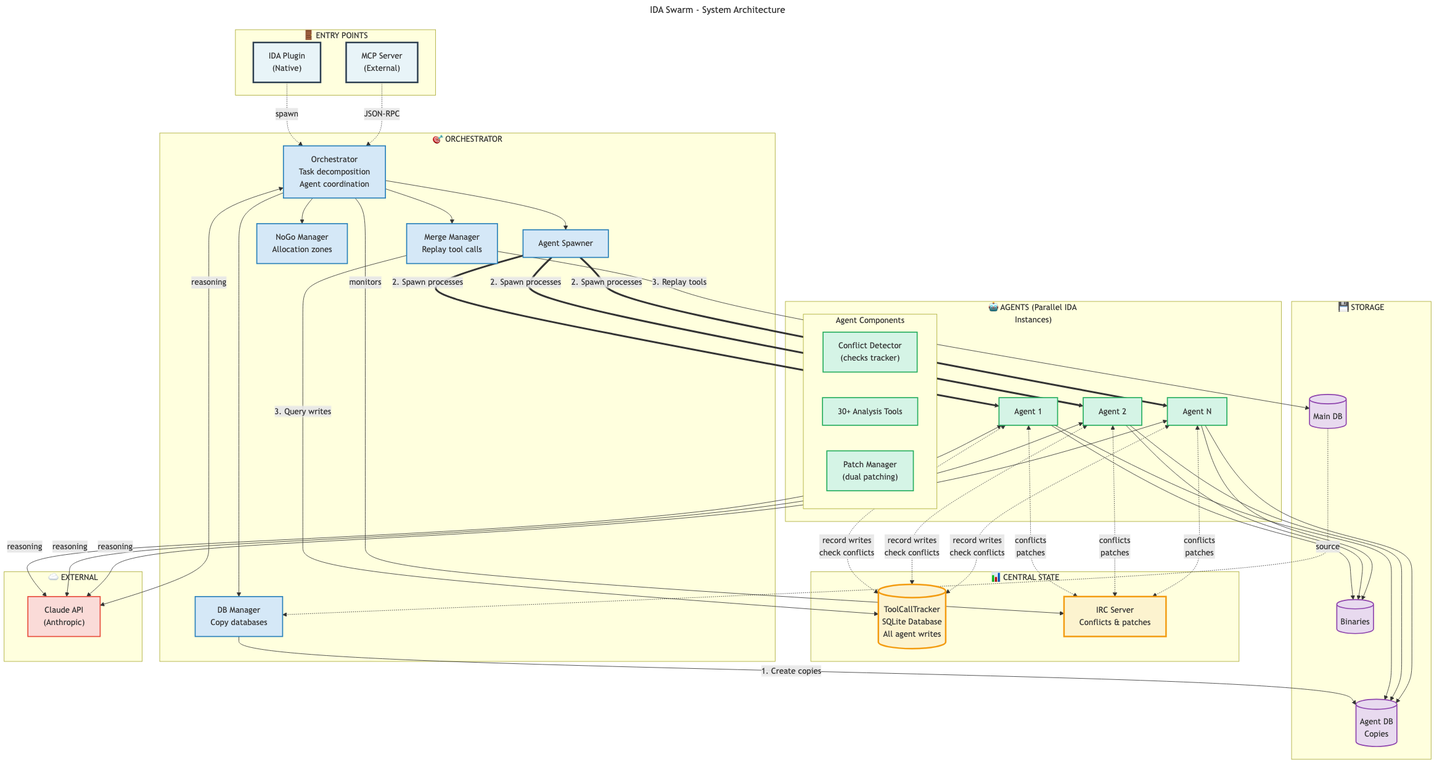
Before: docs/generated/architecture-main.png, a diagram exported from Mermaid (shells-above/ida-swarm). Its source is kept beside it as docs/architecture-main.mmd. Its diagram source:
```mermaid
---
title: IDA Swarm - System Architecture
---
graph TB
    subgraph entry["🚪 ENTRY POINTS"]
        plugin["IDA Plugin<br/>(Native)"]
        mcp["MCP Server<br/>(External)"]
    end

    subgraph orchestrator["🎯 ORCHESTRATOR"]
        orch["Orchestrator<br/>Task decomposition<br/>Agent coordination"]
        spawn["Agent Spawner"]
        dbmgr["DB Manager<br/>Copy databases"]
        merge["Merge Manager<br/>Replay tool calls"]
        nogo["NoGo Manager<br/>Allocation zones"]
    end

    subgraph central["📊 CENTRAL STATE"]
        tracker[("ToolCallTracker<br/>SQLite Database<br/>All agent writes")]
        irc["IRC Server<br/>Conflicts & patches"]
    end

    subgraph agents["🤖 AGENTS (Parallel IDA Instances)"]
        direction TB
        agent1["Agent 1"]
        agent2["Agent 2"]
        agentN["Agent N"]

        subgraph agent_internals["Agent Components"]
            conflict["Conflict Detector<br/>(checks tracker)"]
            tools["30+ Analysis Tools"]
            patch["Patch Manager<br/>(dual patching)"]
        end
    end

    subgraph storage["💾 STORAGE"]
        maindb[("Main DB")]
        agentdbs[("Agent DB<br/>Copies")]
        binaries[("Binaries")]
    end

    subgraph external["☁️ EXTERNAL"]
        claude["Claude API<br/>(Anthropic)"]
    end

    plugin -.->|"spawn"| orch
    mcp -.->|"JSON-RPC"| orch

    orch --> spawn
    orch --> dbmgr
    orch --> merge
    orch --> nogo

    dbmgr -->|"1. Create copies"| agentdbs
    maindb -.->|"source"| dbmgr

    spawn ==>|"2. Spawn processes"| agent1
    spawn ==>|"2. Spawn processes"| agent2
    spawn ==>|"2. Spawn processes"| agentN

    agent1 --> agentdbs
    agent2 --> agentdbs
    agentN --> agentdbs
    agent1 --> binaries
    agent2 --> binaries
    agentN --> binaries

    agent1 <-.->|"record writes<br/>check conflicts"| tracker
    agent2 <-.->|"record writes<br/>check conflicts"| tracker
    agentN <-.->|"record writes<br/>check conflicts"| tracker

    orch -->|"monitors"| irc
    agent1 <-.->|"conflicts<br/>patches"| irc
    agent2 <-.->|"conflicts<br/>patches"| irc
    agentN <-.->|"conflicts<br/>patches"| irc

    merge -->|"3. Query writes"| tracker
    merge -->|"3. Replay tools"| maindb

    orch <-->|"reasoning"| claude
    agent1 <-->|"reasoning"| claude
    agent2 <-->|"reasoning"| claude
    agentN <-->|"reasoning"| claude

    classDef entryStyle fill:#E8F4F8,stroke:#2C3E50,stroke-width:3px
    classDef orchStyle fill:#D5E8F7,stroke:#2980B9,stroke-width:2px
    classDef centralStyle fill:#FCF3CF,stroke:#F39C12,stroke-width:3px
    classDef agentStyle fill:#D5F4E6,stroke:#27AE60,stroke-width:2px
    classDef storageStyle fill:#E8DAEF,stroke:#8E44AD,stroke-width:2px
    classDef externalStyle fill:#FADBD8,stroke:#E74C3C,stroke-width:2px

    class plugin,mcp entryStyle
    class orch,spawn,dbmgr,merge,nogo orchStyle
    class tracker,irc centralStyle
    class agent1,agent2,agentN,conflict,tools,patch agentStyle
    class maindb,agentdbs,binaries storageStyle
    class claude externalStyle
```
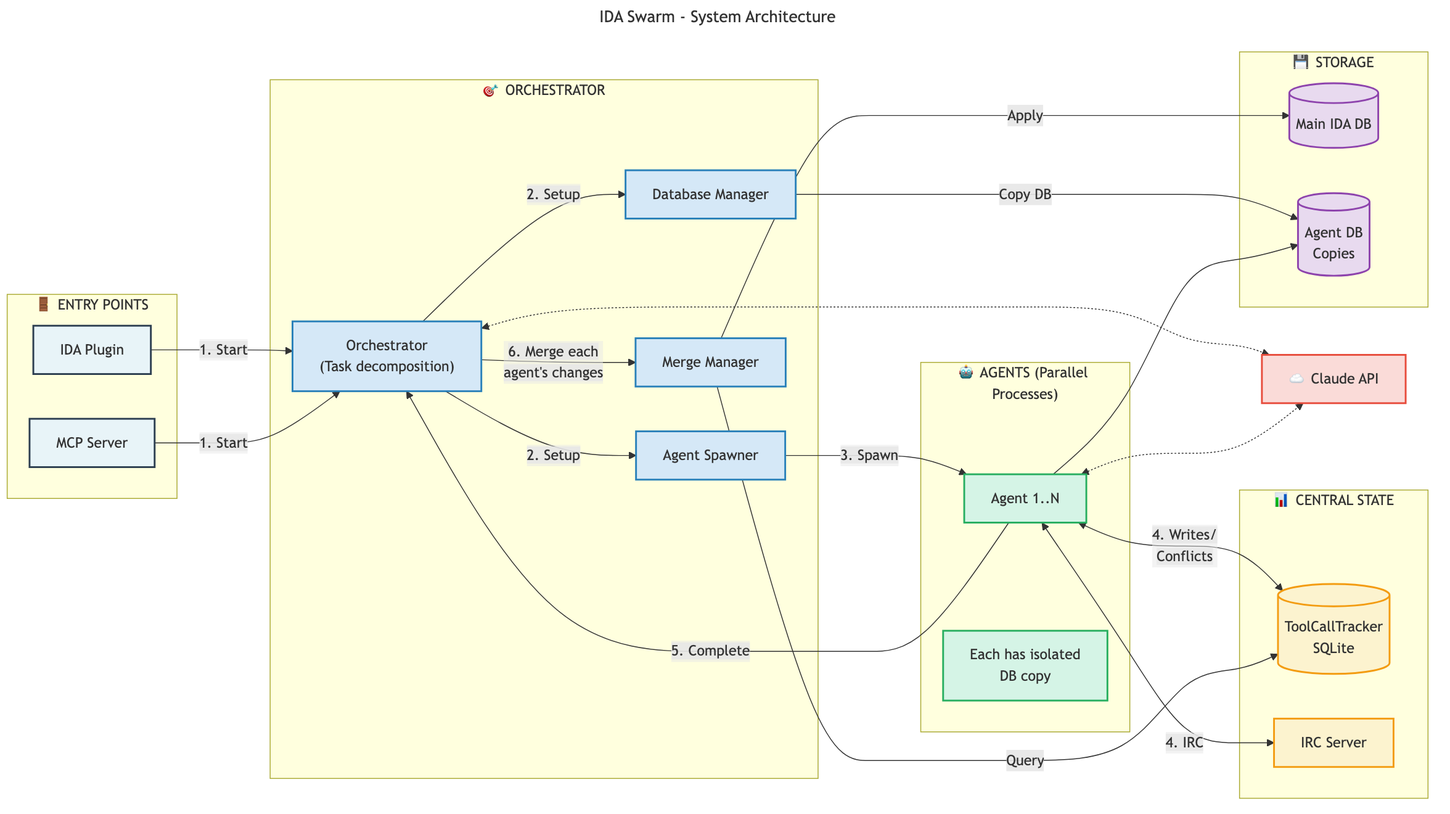
After the change.

Diff of the diagram source:
```diff
@@ -1,97 +1,71 @@
 ---
 title: IDA Swarm - System Architecture
 ---
-graph TB
+graph LR
     subgraph entry["🚪 ENTRY POINTS"]
-        plugin["IDA Plugin<br/>(Native)"]
-        mcp["MCP Server<br/>(External)"]
+        plugin["IDA Plugin"]
+        mcp["MCP Server"]
     end
 
-    subgraph orchestrator["🎯 ORCHESTRATOR"]
-        orch["Orchestrator<br/>Task decomposition<br/>Agent coordination"]
-        spawn["Agent Spawner"]
-        dbmgr["DB Manager<br/>Copy databases"]
-        merge["Merge Manager<br/>Replay tool calls"]
-        nogo["NoGo Manager<br/>Allocation zones"]
+    subgraph orch["🎯 ORCHESTRATOR"]
+        direction TB
+        orchestrator["Orchestrator<br/>(Task decomposition)"]
+        spawner["Agent Spawner"]
+        dbmgr["Database Manager"]
+        merger["Merge Manager"]
     end
 
-    subgraph central["📊 CENTRAL STATE"]
-        tracker[("ToolCallTracker<br/>SQLite Database<br/>All agent writes")]
-        irc["IRC Server<br/>Conflicts & patches"]
+    subgraph state["📊 CENTRAL STATE"]
+        direction TB
+        tracker[("ToolCallTracker<br/>SQLite")]
+        irc["IRC Server"]
     end
 
-    subgraph agents["🤖 AGENTS (Parallel IDA Instances)"]
+    subgraph agent_box["🤖 AGENTS (Parallel Processes)"]
         direction TB
-        agent1["Agent 1"]
-        agent2["Agent 2"]
-        agentN["Agent N"]
-
-        subgraph agent_internals["Agent Components"]
-            conflict["Conflict Detector<br/>(checks tracker)"]
-            tools["30+ Analysis Tools"]
-            patch["Patch Manager<br/>(dual patching)"]
-        end
+        agent["Agent 1..N"]
+        agent_note["Each has isolated<br/>DB copy"]
     end
 
     subgraph storage["💾 STORAGE"]
-        maindb[("Main DB")]
+        direction TB
+        maindb[("Main IDA DB")]
         agentdbs[("Agent DB<br/>Copies")]
-        binaries[("Binaries")]
     end
 
-    subgraph external["☁️ EXTERNAL"]
-        claude["Claude API<br/>(Anthropic)"]
-    end
+    claude["☁️ Claude API"]
 
-    plugin -.->|"spawn"| orch
-    mcp -.->|"JSON-RPC"| orch
+    plugin -->|"1. Start"| orchestrator
+    mcp -->|"1. Start"| orchestrator
 
-    orch --> spawn
-    orch --> dbmgr
-    orch --> merge
-    orch --> nogo
+    orchestrator -->|"2. Setup"| spawner
+    orchestrator -->|"2. Setup"| dbmgr
 
-    dbmgr -->|"1. Create copies"| agentdbs
-    maindb -.->|"source"| dbmgr
+    dbmgr -->|"Copy DB"| agentdbs
+    spawner -->|"3. Spawn"| agent
+    agent --> agentdbs
 
-    spawn ==>|"2. Spawn processes"| agent1
-    spawn ==>|"2. Spawn processes"| agent2
-    spawn ==>|"2. Spawn processes"| agentN
+    agent <-->|"4. Writes/<br/>Conflicts"| tracker
+    agent <-->|"4. IRC"| irc
 
-    agent1 --> agentdbs
-    agent2 --> agentdbs
-    agentN --> agentdbs
-    agent1 --> binaries
-    agent2 --> binaries
-    agentN --> binaries
+    agent -->|"5. Complete"| orchestrator
+    orchestrator -->|"6. Merge each<br/>agent's changes"| merger
+    merger -->|"Query"| tracker
+    merger -->|"Apply"| maindb
 
-    agent1 <-.->|"record writes<br/>check conflicts"| tracker
-    agent2 <-.->|"record writes<br/>check conflicts"| tracker
-    agentN <-.->|"record writes<br/>check conflicts"| tracker
+    orchestrator <-.-> claude
+    agent <-.-> claude
 
-    orch -->|"monitors"| irc
-    agent1 <-.->|"conflicts<br/>patches"| irc
-    agent2 <-.->|"conflicts<br/>patches"| irc
-    agentN <-.->|"conflicts<br/>patches"| irc
-
-    merge -->|"3. Query writes"| tracker
-    merge -->|"3. Replay tools"| maindb
-
-    orch <-->|"reasoning"| claude
-    agent1 <-->|"reasoning"| claude
-    agent2 <-->|"reasoning"| claude
-    agentN <-->|"reasoning"| claude
-
-    classDef entryStyle fill:#E8F4F8,stroke:#2C3E50,stroke-width:3px
+    classDef entryStyle fill:#E8F4F8,stroke:#2C3E50,stroke-width:2px
     classDef orchStyle fill:#D5E8F7,stroke:#2980B9,stroke-width:2px
-    classDef centralStyle fill:#FCF3CF,stroke:#F39C12,stroke-width:3px
+    classDef stateStyle fill:#FCF3CF,stroke:#F39C12,stroke-width:2px
     classDef agentStyle fill:#D5F4E6,stroke:#27AE60,stroke-width:2px
     classDef storageStyle fill:#E8DAEF,stroke:#8E44AD,stroke-width:2px
     classDef externalStyle fill:#FADBD8,stroke:#E74C3C,stroke-width:2px
 
     class plugin,mcp entryStyle
-    class orch,spawn,dbmgr,merge,nogo orchStyle
-    class tracker,irc centralStyle
-    class agent1,agent2,agentN,conflict,tools,patch agentStyle
-    class maindb,agentdbs,binaries storageStyle
+    class orchestrator,spawner,dbmgr,merger orchStyle
+    class tracker,irc stateStyle
+    class agent,agent_note agentStyle
+    class maindb,agentdbs storageStyle
     class claude externalStyle
```
